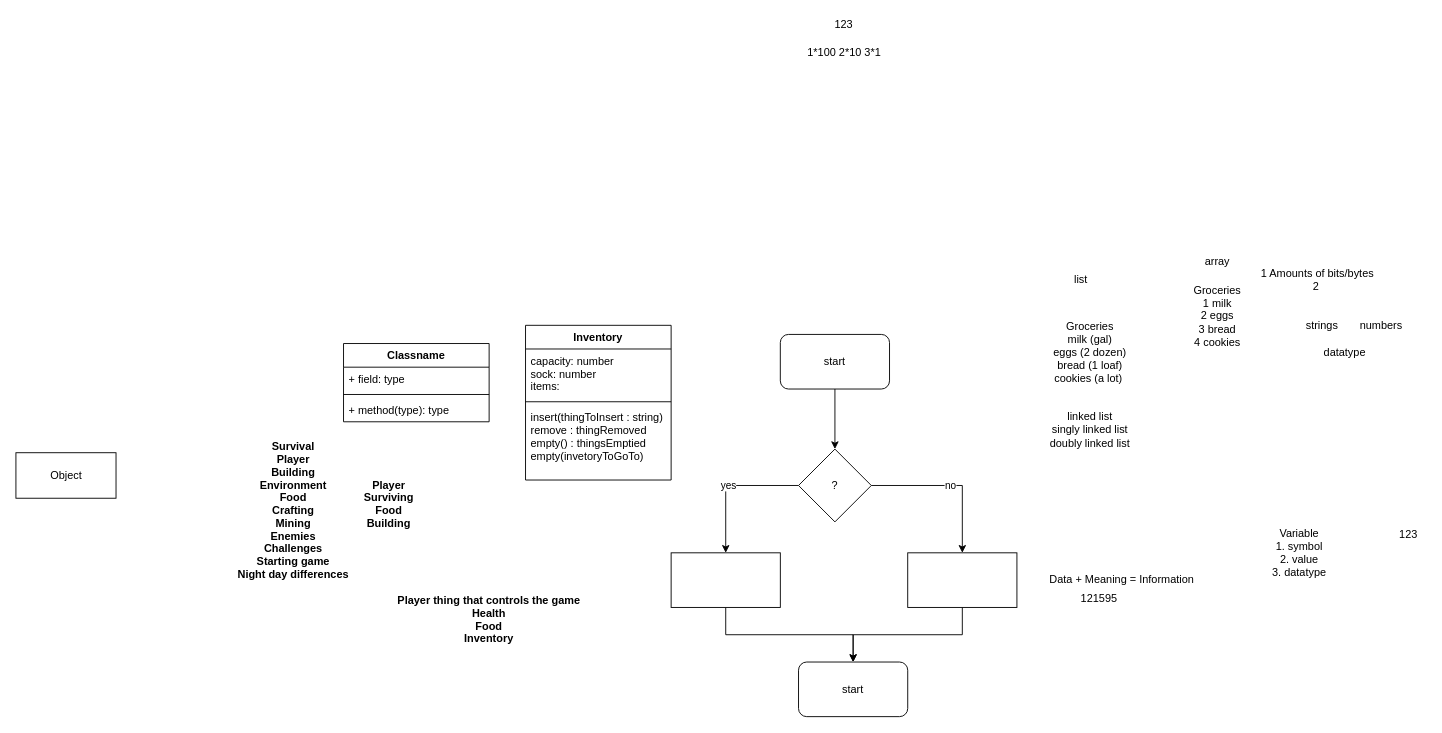
Above: Untitled Diagram.drawio in atimmer1/First-CSCS-1240 (draw.io), before the change. Source tidied: cells renumbered, new cells numbered last; positions are measured from the earlier drawing's top-left corner, leaving out a move shared by most shapes. Both pictures are drawn from the tidied source at 91%, with x=0, y=0 at pixel (15, 15).
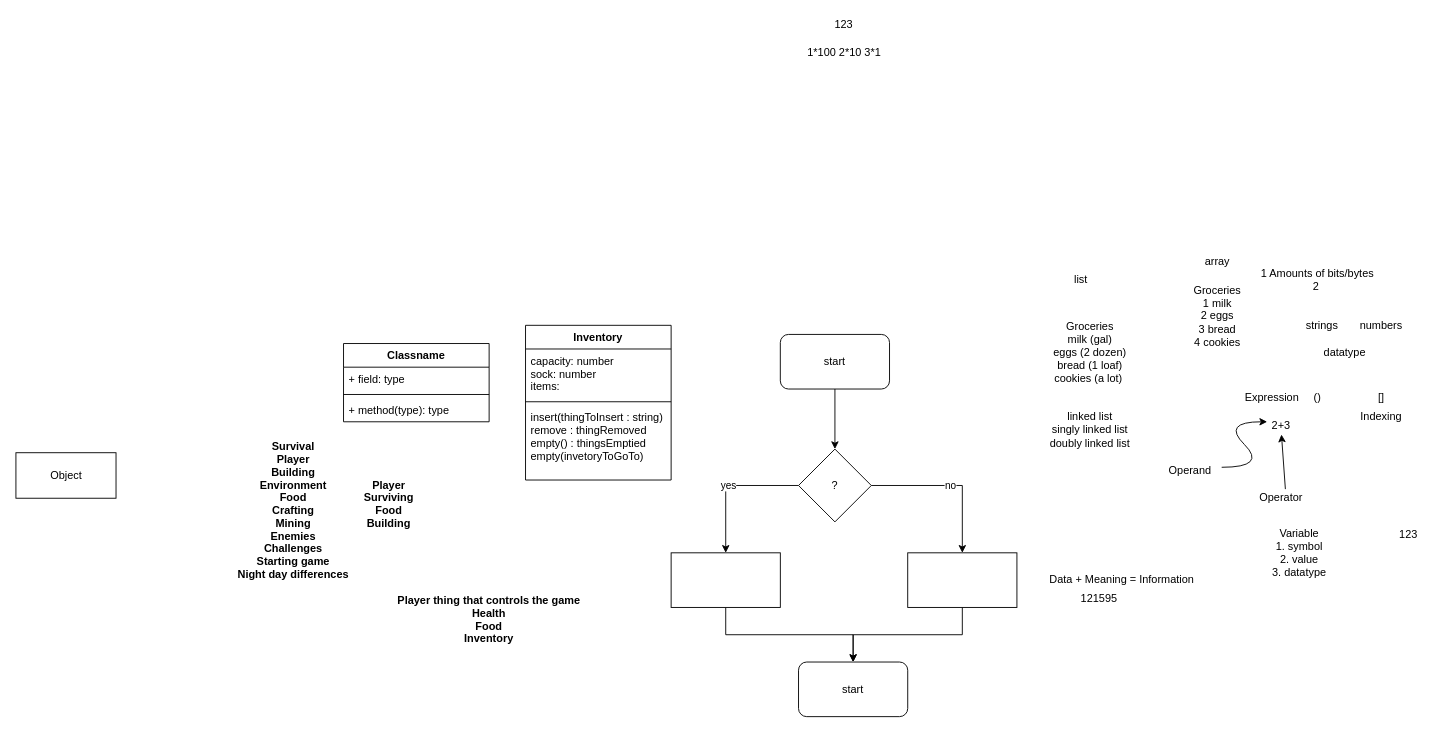
The same page after the edit.

The edit, as a diff of the source:
```diff
@@
+    <mxCell id="39" value="2+3" style="text;html=1;align=center;verticalAlign=middle;points=[];" parent="1" vertex="1">
+      <mxGeometry x="1370" y="440" width="40" height="20" as="geometry" />
+    </mxCell>
+    <mxCell id="40" style="curved=1;endArrow=classic;html=1;" parent="1" edge="1">
+      <mxGeometry relative="1" as="geometry">
+        <mxPoint x="1325" y="496" as="sourcePoint" />
+        <mxPoint x="1375" y="446" as="targetPoint" />
+        <Array as="points">
+          <mxPoint x="1375" y="496" />
+          <mxPoint x="1325" y="446" />
+        </Array>
+      </mxGeometry>
+    </mxCell>
+    <mxCell id="41" value="Operand" style="text;html=1;align=center;verticalAlign=middle;" parent="1" vertex="1">
+      <mxGeometry x="1260" y="490" width="60" height="20" as="geometry" />
+    </mxCell>
+    <mxCell id="42" style="endArrow=classic;html=1;" parent="1" edge="1" target="39">
+      <mxGeometry relative="1" as="geometry">
+        <mxPoint x="1395" y="520" as="sourcePoint" />
+      </mxGeometry>
+    </mxCell>
+    <mxCell id="43" value="Operator" style="text;html=1;align=center;verticalAlign=middle;" parent="1" vertex="1">
+      <mxGeometry x="1360" y="520" width="60" height="20" as="geometry" />
+    </mxCell>
+    <mxCell id="44" value="[]" style="text;html=1;align=center;verticalAlign=middle;" parent="1" vertex="1">
+      <mxGeometry x="1490" y="410" width="20" height="20" as="geometry" />
+    </mxCell>
+    <mxCell id="45" value="()" style="text;html=1;align=center;verticalAlign=middle;" parent="1" vertex="1">
+      <mxGeometry x="1420" y="410" width="20" height="20" as="geometry" />
+    </mxCell>
+    <mxCell id="46" value="Indexing" style="text;html=1;align=center;verticalAlign=middle;" parent="1" vertex="1">
+      <mxGeometry x="1470" y="430" width="60" height="20" as="geometry" />
+    </mxCell>
+    <mxCell id="47" value="Expression" style="text;html=1;align=center;verticalAlign=middle;" parent="1" vertex="1">
+      <mxGeometry x="1345" y="410" width="70" height="20" as="geometry" />
+    </mxCell>
```
